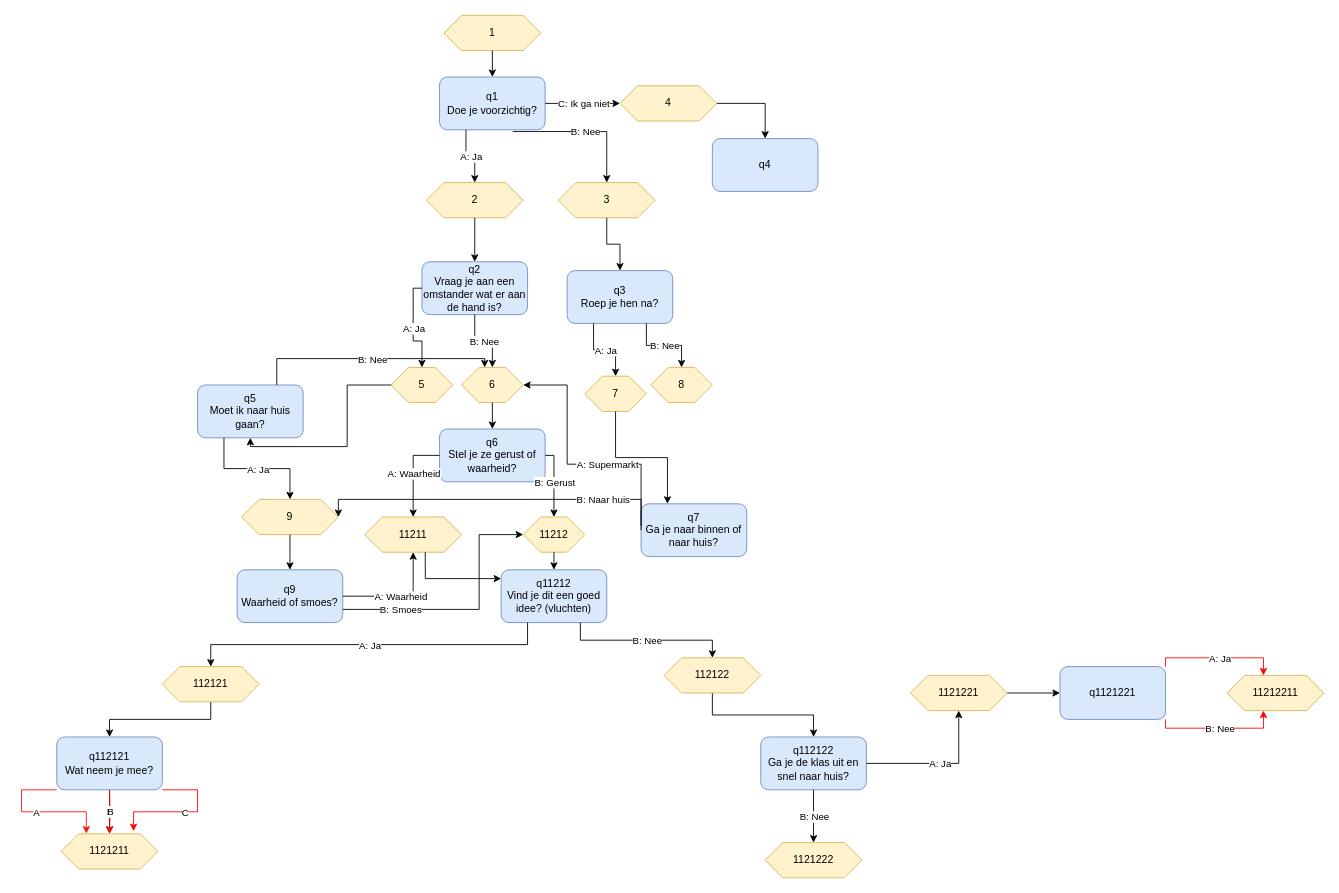
pinkflamey/HelloYou keeps this draw.io diagram as flowchart.drawio. Above is the earlier version. Source tidied: cells renumbered, new cells numbered last; positions are measured from the earlier drawing's top-left corner, leaving out a move shared by most shapes. Both pictures are drawn from the tidied source at 88%, with x=0, y=0 at pixel (21, 15).
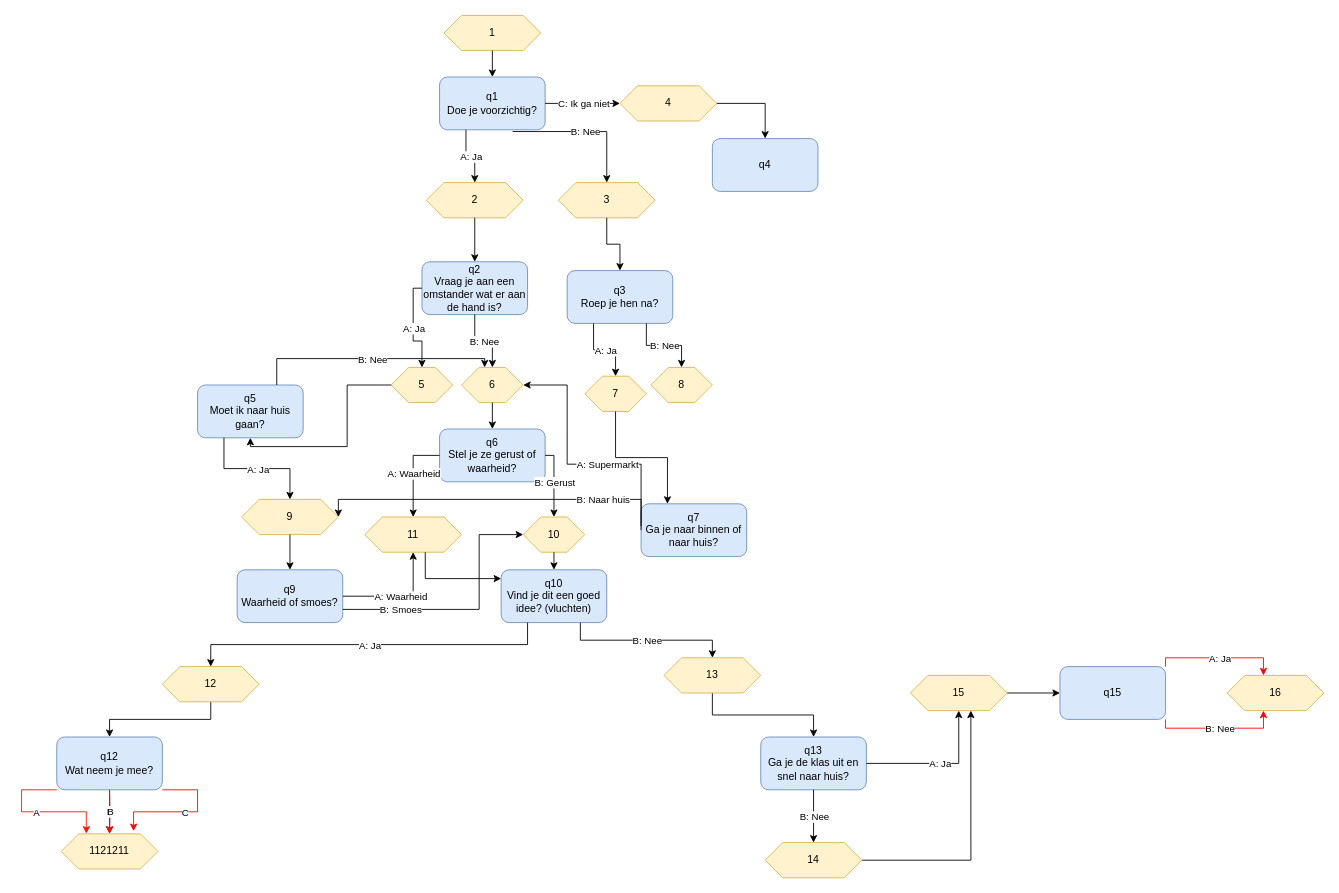
The same diagram, later.

What changed in the source:
```diff
@@
-    <mxCell id="39" value="11212" style="shape=hexagon;perimeter=hexagonPerimeter2;whiteSpace=wrap;html=1;fixedSize=1;fillColor=#fff2cc;strokeColor=#d6b656;" parent="1" vertex="1">
+    <mxCell id="39" value="10" style="shape=hexagon;perimeter=hexagonPerimeter2;whiteSpace=wrap;html=1;fixedSize=1;fillColor=#fff2cc;strokeColor=#d6b656;" parent="1" vertex="1">
       <mxGeometry x="570" y="570" width="70" height="40" as="geometry" />
     </mxCell>
@@
-    <mxCell id="44" value="11211" style="shape=hexagon;perimeter=hexagonPerimeter2;whiteSpace=wrap;html=1;fixedSize=1;fillColor=#fff2cc;strokeColor=#d6b656;" parent="1" vertex="1">
+    <mxCell id="44" value="11" style="shape=hexagon;perimeter=hexagonPerimeter2;whiteSpace=wrap;html=1;fixedSize=1;fillColor=#fff2cc;strokeColor=#d6b656;" parent="1" vertex="1">
       <mxGeometry x="390" y="570" width="110" height="40" as="geometry" />
     </mxCell>
@@
-    <mxCell id="49" value="q11212&lt;br&gt;Vind je dit een goed idee? (vluchten)" style="rounded=1;whiteSpace=wrap;html=1;fillColor=#dae8fc;strokeColor=#6c8ebf;" parent="1" vertex="1">
+    <mxCell id="49" value="q10&lt;br&gt;Vind je dit een goed idee? (vluchten)" style="rounded=1;whiteSpace=wrap;html=1;fillColor=#dae8fc;strokeColor=#6c8ebf;" parent="1" vertex="1">
       <mxGeometry x="545" y="630" width="120" height="60" as="geometry" />
     </mxCell>
@@
-    <mxCell id="61" value="112121" style="shape=hexagon;perimeter=hexagonPerimeter2;whiteSpace=wrap;html=1;fixedSize=1;fillColor=#fff2cc;strokeColor=#d6b656;" parent="1" vertex="1">
+    <mxCell id="61" value="12" style="shape=hexagon;perimeter=hexagonPerimeter2;whiteSpace=wrap;html=1;fixedSize=1;fillColor=#fff2cc;strokeColor=#d6b656;" parent="1" vertex="1">
       <mxGeometry x="160" y="740" width="110" height="40" as="geometry" />
     </mxCell>
@@
-    <mxCell id="63" value="112122" style="shape=hexagon;perimeter=hexagonPerimeter2;whiteSpace=wrap;html=1;fixedSize=1;fillColor=#fff2cc;strokeColor=#d6b656;" parent="1" vertex="1">
+    <mxCell id="63" value="13" style="shape=hexagon;perimeter=hexagonPerimeter2;whiteSpace=wrap;html=1;fixedSize=1;fillColor=#fff2cc;strokeColor=#d6b656;" parent="1" vertex="1">
       <mxGeometry x="730" y="730" width="110" height="40" as="geometry" />
     </mxCell>
@@
-    <mxCell id="69" value="q112121&lt;br&gt;Wat neem je mee?" style="rounded=1;whiteSpace=wrap;html=1;fillColor=#dae8fc;strokeColor=#6c8ebf;" parent="1" vertex="1">
+    <mxCell id="69" value="q12&lt;br&gt;Wat neem je mee?" style="rounded=1;whiteSpace=wrap;html=1;fillColor=#dae8fc;strokeColor=#6c8ebf;" parent="1" vertex="1">
       <mxGeometry x="40" y="820" width="120" height="60" as="geometry" />
     </mxCell>
@@
-    <mxCell id="77" value="q112122&lt;br&gt;Ga je de klas uit en snel naar huis?" style="rounded=1;whiteSpace=wrap;html=1;fillColor=#dae8fc;strokeColor=#6c8ebf;" parent="1" vertex="1">
+    <mxCell id="77" value="q13&lt;br&gt;Ga je de klas uit en snel naar huis?" style="rounded=1;whiteSpace=wrap;html=1;fillColor=#dae8fc;strokeColor=#6c8ebf;" parent="1" vertex="1">
       <mxGeometry x="840" y="820" width="120" height="60" as="geometry" />
     </mxCell>
@@
-    <mxCell id="79" value="1121221" style="shape=hexagon;perimeter=hexagonPerimeter2;whiteSpace=wrap;html=1;fixedSize=1;fillColor=#fff2cc;strokeColor=#d6b656;" parent="1" vertex="1">
+    <mxCell id="79" value="15" style="shape=hexagon;perimeter=hexagonPerimeter2;whiteSpace=wrap;html=1;fixedSize=1;fillColor=#fff2cc;strokeColor=#d6b656;" parent="1" vertex="1">
       <mxGeometry x="1010" y="750" width="110" height="40" as="geometry" />
     </mxCell>
@@
+    <mxCell id="93" style="edgeStyle=orthogonalEdgeStyle;rounded=0;jettySize=auto;html=1;exitX=1;exitY=0.5;exitDx=0;exitDy=0;entryX=0.625;entryY=1;entryDx=0;entryDy=0;" parent="1" edge="1" source="82" target="79">
+      <mxGeometry relative="1" as="geometry" />
+    </mxCell>
-    <mxCell id="82" value="1121222" style="shape=hexagon;perimeter=hexagonPerimeter2;whiteSpace=wrap;html=1;fixedSize=1;fillColor=#fff2cc;strokeColor=#d6b656;" parent="1" vertex="1">
+    <mxCell id="82" value="14" style="shape=hexagon;perimeter=hexagonPerimeter2;whiteSpace=wrap;html=1;fixedSize=1;fillColor=#fff2cc;strokeColor=#d6b656;" parent="1" vertex="1">
       <mxGeometry x="845" y="940" width="110" height="40" as="geometry" />
     </mxCell>
@@
-    <mxCell id="85" value="q1121221" style="rounded=1;whiteSpace=wrap;html=1;fillColor=#dae8fc;strokeColor=#6c8ebf;" parent="1" vertex="1">
+    <mxCell id="85" value="q15" style="rounded=1;whiteSpace=wrap;html=1;fillColor=#dae8fc;strokeColor=#6c8ebf;" parent="1" vertex="1">
       <mxGeometry x="1180" y="740" width="120" height="60" as="geometry" />
     </mxCell>
-    <mxCell id="86" value="11212211" style="shape=hexagon;perimeter=hexagonPerimeter2;whiteSpace=wrap;html=1;fixedSize=1;fillColor=#fff2cc;strokeColor=#d6b656;" parent="1" vertex="1">
+    <mxCell id="86" value="16" style="shape=hexagon;perimeter=hexagonPerimeter2;whiteSpace=wrap;html=1;fixedSize=1;fillColor=#fff2cc;strokeColor=#d6b656;" parent="1" vertex="1">
       <mxGeometry x="1370" y="750" width="110" height="40" as="geometry" />
     </mxCell>
```
